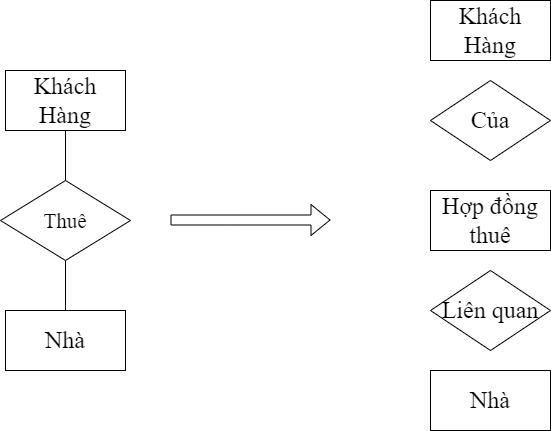
Earlier version of the draw.io export Luật thứ tư(trên xuống).png (datnham0212/learning). Source tidied: cells renumbered, new cells last; positions are measured from the earlier drawing's top-left corner, leaving out a move shared by most shapes.
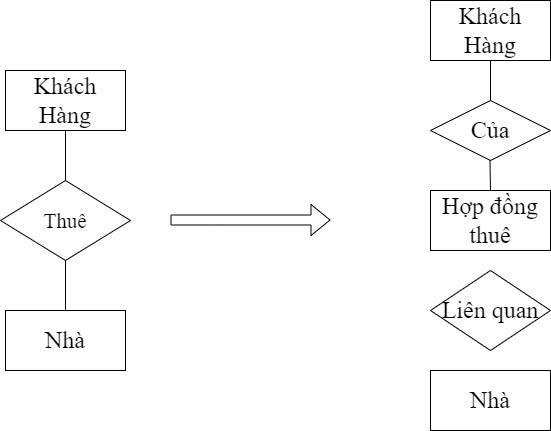
Above is the later version.

Diff of the diagram source:
```diff
@@ -36,10 +36,20 @@
       <mxGeometry relative="1" as="geometry" />
     </mxCell>
     <mxCell id="12" value="Của" style="rhombus;whiteSpace=wrap;html=1;fontFamily=Times New Roman;fontSize=24;" parent="1" vertex="1">
-      <mxGeometry x="430" y="80" width="120" height="80" as="geometry" />
+      <mxGeometry x="430" y="100" width="120" height="60" as="geometry" />
     </mxCell>
     <mxCell id="13" value="Hợp đồng thuê" style="rounded=0;whiteSpace=wrap;html=1;fontFamily=Times New Roman;fontSize=24;" parent="1" vertex="1">
       <mxGeometry x="430" y="190" width="120" height="60" as="geometry" />
     </mxCell>
+    <mxCell id="14" style="endArrow=none;html=1;rounded=0;exitX=0.5;exitY=0;exitDx=0;exitDy=0;" parent="1" edge="1" source="12">
+      <mxGeometry relative="1" as="geometry">
+        <mxPoint x="490" y="60" as="targetPoint" />
+      </mxGeometry>
+    </mxCell>
+    <mxCell id="15" style="endArrow=none;html=1;rounded=0;exitX=0.5;exitY=0;exitDx=0;exitDy=0;" parent="1" edge="1" source="13">
+      <mxGeometry relative="1" as="geometry">
+        <mxPoint x="489.5" y="160" as="targetPoint" />
+      </mxGeometry>
+    </mxCell>
   </root>
 </mxGraphModel>
```
